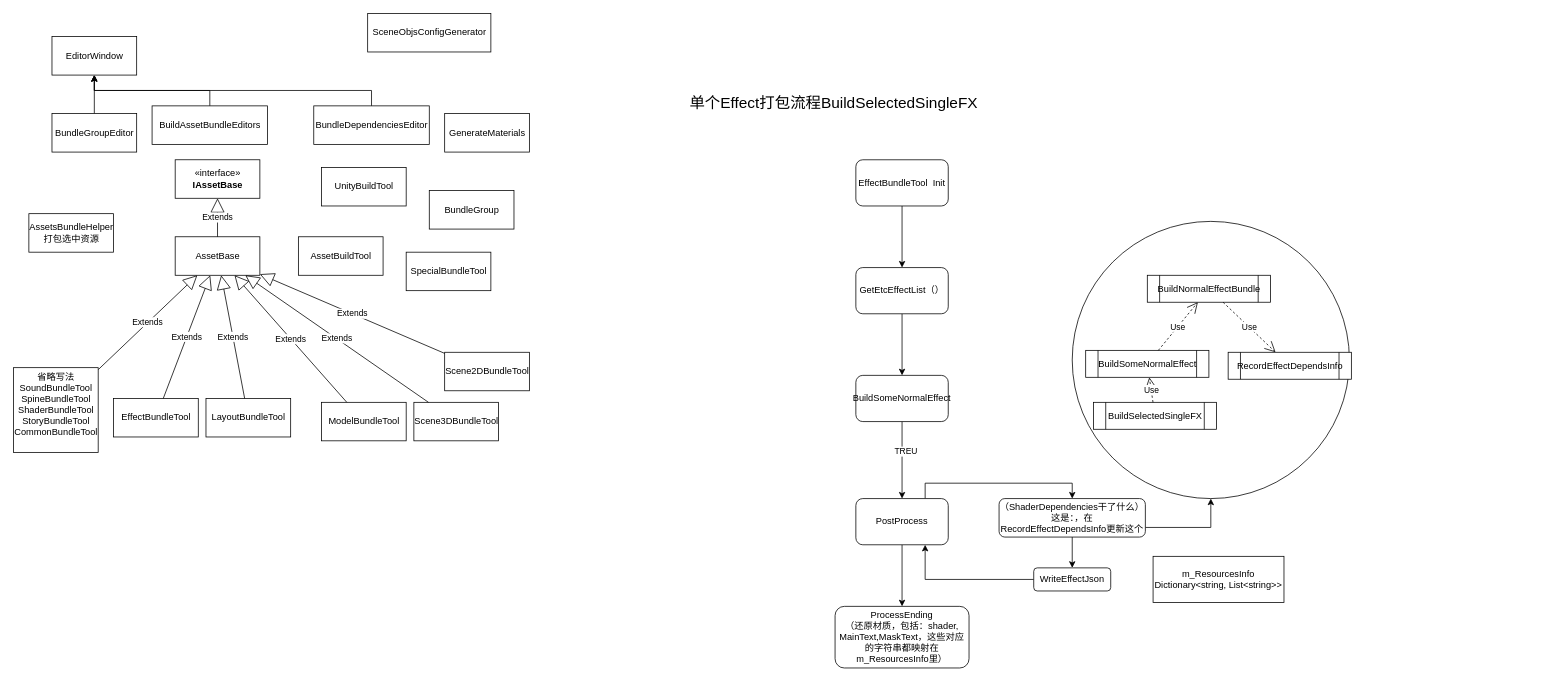
Before: PackingModel.drawio in gatzai/DrawioStorage, a draw.io diagram. Source tidied: cells renumbered, new cells numbered last; positions are measured from the earlier drawing's top-left corner, leaving out a move shared by most shapes. Both pictures are drawn from the tidied source at 77%, with x=0, y=0 at pixel (13, 13).
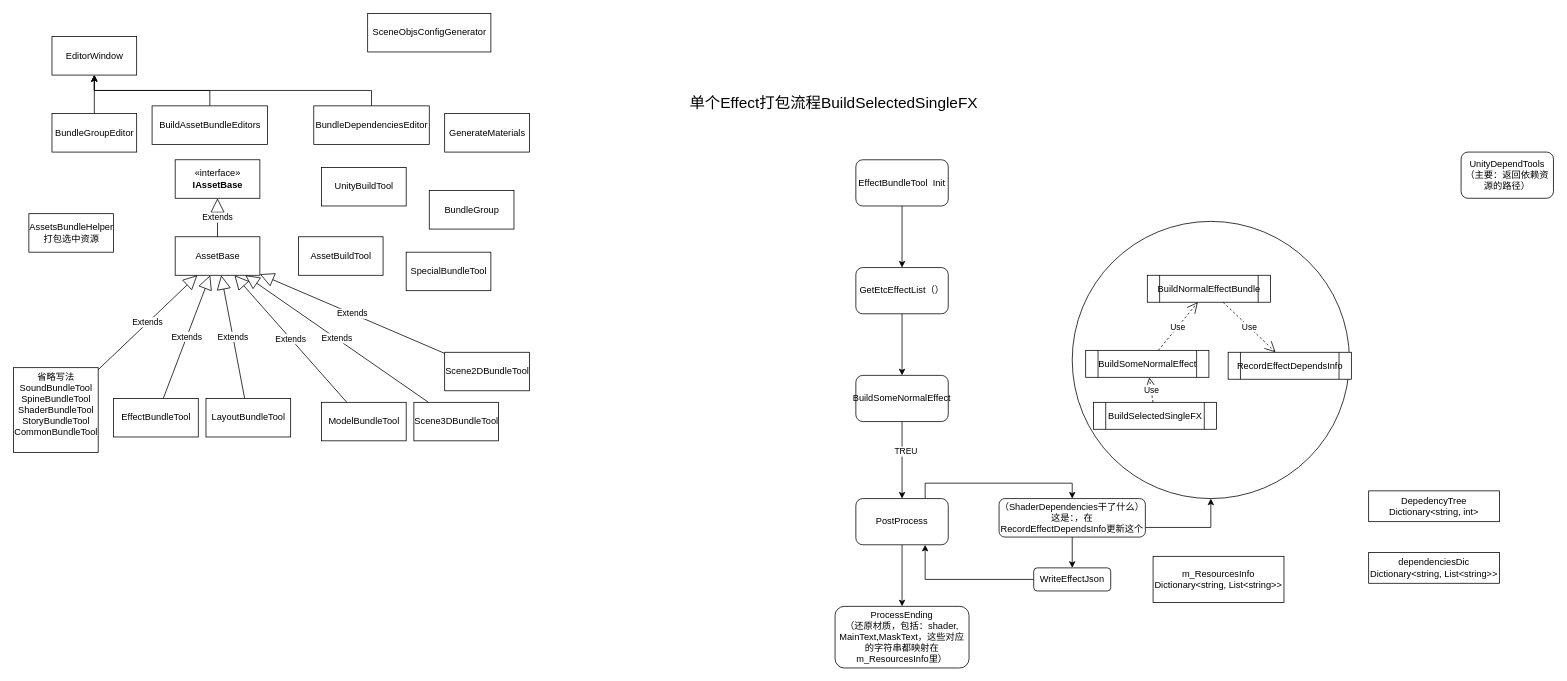
The same page after the edit.

Change to the diagram source:
```diff
@@
+    <mxCell id="57" value="DepedencyTree&lt;br&gt;Dictionary&amp;lt;string, int&amp;gt;" style="rounded=0;whiteSpace=wrap;html=1;" parent="1" vertex="1">
+      <mxGeometry x="1760" y="620" width="170" height="40" as="geometry" />
+    </mxCell>
+    <mxCell id="58" value="dependenciesDic&lt;br&gt;Dictionary&amp;lt;string, List&amp;lt;string&amp;gt;&amp;gt;" style="rounded=0;whiteSpace=wrap;html=1;" parent="1" vertex="1">
+      <mxGeometry x="1760" y="700" width="170" height="40" as="geometry" />
+    </mxCell>
+    <mxCell id="59" value="UnityDependTools&lt;br&gt;（主要：返回依赖资源的路径）" style="rounded=1;whiteSpace=wrap;html=1;" parent="1" vertex="1">
+      <mxGeometry x="1880" y="180" width="120" height="60" as="geometry" />
+    </mxCell>
```
